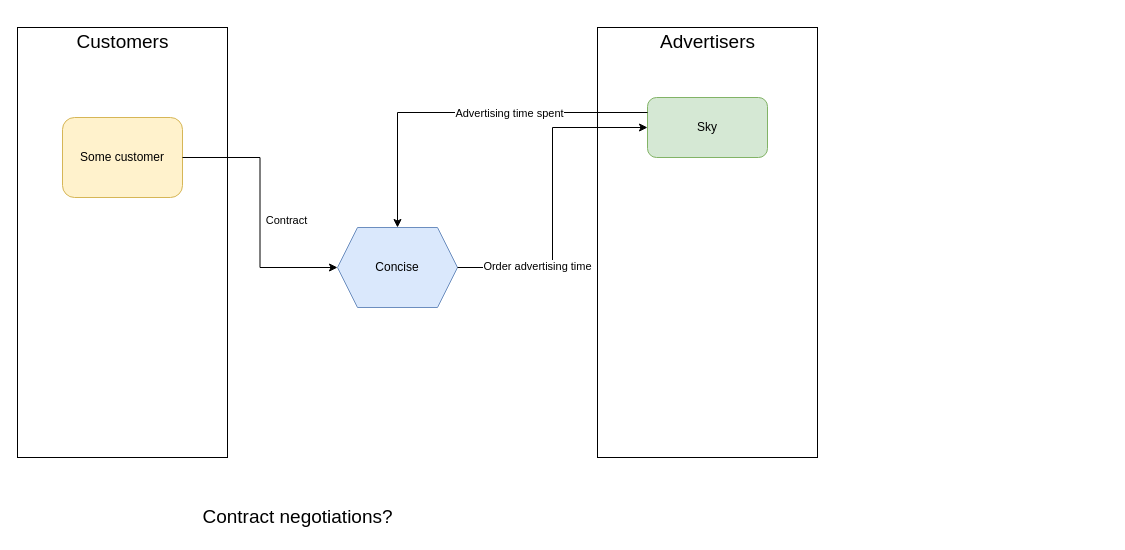
Earlier version of the draw.io diagram Untitled Diagram.drawio (anderslm/playground). Source tidied: cells renumbered, new cells numbered last; positions are measured from the earlier drawing's top-left corner, leaving out a move shared by most shapes. Both pictures are drawn from the tidied source at 100%, with x=0, y=0 at pixel (17, 27).
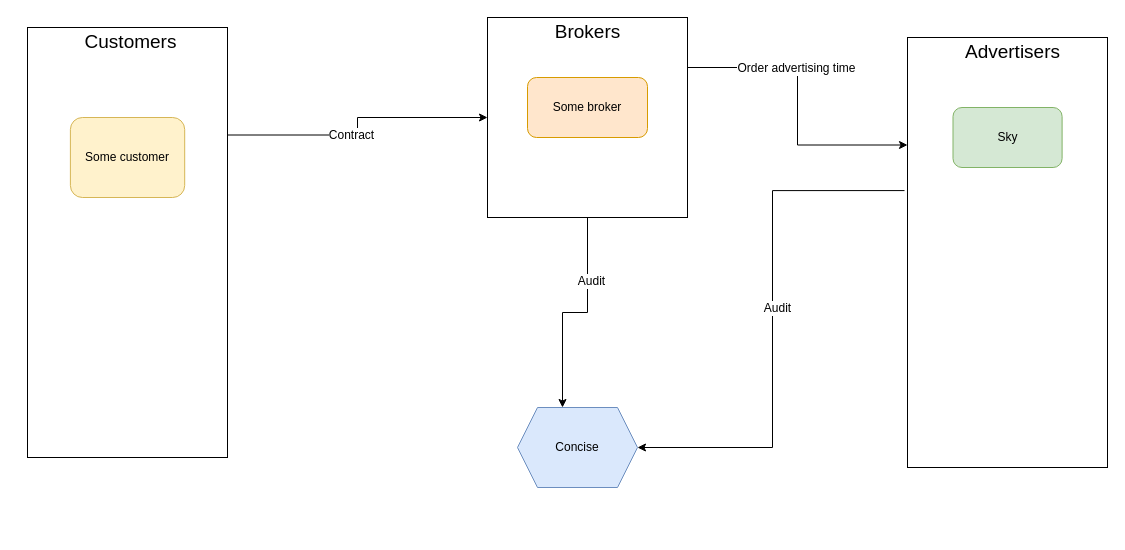
The same page after the edit.

Diff of the diagram source:
```diff
@@
     <mxCell id="2" value="&lt;div&gt;Concise&lt;/div&gt;" style="shape=hexagon;perimeter=hexagonPerimeter2;whiteSpace=wrap;html=1;fixedSize=1;fillColor=#dae8fc;strokeColor=#6c8ebf;" parent="1" vertex="1">
-      <mxGeometry x="320" y="200" width="120" height="80" as="geometry" />
+      <mxGeometry x="500" y="380" width="120" height="80" as="geometry" />
     </mxCell>
     <mxCell id="3" style="group;" parent="1" vertex="1">
-      <mxGeometry width="210" height="430" as="geometry" />
+      <mxGeometry x="10" width="200" height="430" as="geometry" />
     </mxCell>
     <mxCell id="4" style="group;" parent="3" vertex="1">
-      <mxGeometry width="210" height="430" as="geometry" />
+      <mxGeometry width="200" height="430" as="geometry" />
     </mxCell>
     <mxCell id="5" style="rounded=0;whiteSpace=wrap;html=1;" parent="4" vertex="1">
-      <mxGeometry width="210" height="430" as="geometry" />
+      <mxGeometry width="200" height="430" as="geometry" />
     </mxCell>
     <mxCell id="6" value="&lt;div&gt;Some customer&lt;/div&gt;" style="rounded=1;whiteSpace=wrap;html=1;fillColor=#fff2cc;strokeColor=#d6b656;" parent="4" vertex="1">
-      <mxGeometry x="45" y="90" width="120" height="80" as="geometry" />
+      <mxGeometry x="42.9" y="90" width="114.3" height="80" as="geometry" />
     </mxCell>
     <mxCell id="7" value="&lt;div style=&quot;font-size: 19px;&quot;&gt;Customers&lt;/div&gt;" style="text;html=1;align=center;verticalAlign=middle;fontSize=19;" parent="4" vertex="1">
-      <mxGeometry x="50" width="110" height="30" as="geometry" />
+      <mxGeometry x="47.6" width="110" height="30" as="geometry" />
     </mxCell>
-    <mxCell id="8" style="edgeStyle=orthogonalEdgeStyle;rounded=0;jettySize=auto;html=1;entryX=0;entryY=0.5;entryDx=0;entryDy=0;" parent="1" edge="1" source="6" target="2">
+    <mxCell id="8" style="edgeStyle=orthogonalEdgeStyle;rounded=0;jettySize=auto;html=1;exitX=1;exitY=0.25;exitDx=0;exitDy=0;" parent="1" edge="1" source="5" target="21">
       <mxGeometry relative="1" as="geometry" />
     </mxCell>
-    <mxCell id="9" value="&lt;div&gt;Contract&lt;/div&gt;" style="edgeLabel;html=1;align=center;verticalAlign=middle;" parent="8" vertex="1">
-      <mxGeometry x="-0.46" y="-31" relative="1" as="geometry">
-        <mxPoint x="31" y="31" as="offset" />
+    <mxCell id="9" value="&lt;div&gt;Contract&lt;/div&gt;" style="edgeLabel;html=1;align=center;verticalAlign=middle;fontSize=12;" parent="8" vertex="1">
+      <mxGeometry x="-0.11" y="1" relative="1" as="geometry">
+        <mxPoint y="1" as="offset" />
       </mxGeometry>
     </mxCell>
     <mxCell id="10" style="group;" parent="1" vertex="1">
-      <mxGeometry x="580" width="220" height="430" as="geometry" />
+      <mxGeometry x="890" y="10" width="200" height="430" as="geometry" />
     </mxCell>
     <mxCell id="11" style="rounded=0;whiteSpace=wrap;html=1;fontSize=19;" parent="10" vertex="1">
-      <mxGeometry width="220" height="430" as="geometry" />
+      <mxGeometry width="200" height="430" as="geometry" />
     </mxCell>
     <mxCell id="12" value="Sky" style="rounded=1;whiteSpace=wrap;html=1;fillColor=#d5e8d4;strokeColor=#82b366;" parent="10" vertex="1">
-      <mxGeometry x="50" y="70" width="120" height="60" as="geometry" />
+      <mxGeometry x="45.5" y="70" width="109.1" height="60" as="geometry" />
     </mxCell>
     <mxCell id="13" value="&lt;div&gt;Advertisers&lt;/div&gt;" style="text;html=1;align=center;verticalAlign=middle;fontSize=19;" parent="10" vertex="1">
-      <mxGeometry x="55" width="110" height="30" as="geometry" />
+      <mxGeometry x="50" width="110" height="30" as="geometry" />
     </mxCell>
-    <mxCell id="14" style="edgeStyle=orthogonalEdgeStyle;rounded=0;jettySize=auto;html=1;entryX=0;entryY=0.5;entryDx=0;entryDy=0;" parent="1" edge="1" source="2" target="12">
+    <mxCell id="14" style="edgeStyle=orthogonalEdgeStyle;rounded=0;jettySize=auto;html=1;entryX=0;entryY=0.25;entryDx=0;entryDy=0;exitX=1;exitY=0.25;exitDx=0;exitDy=0;" parent="1" edge="1" source="21" target="11">
       <mxGeometry relative="1" as="geometry" />
     </mxCell>
-    <mxCell id="15" value="&lt;div&gt;Order advertising time&lt;/div&gt;" style="edgeLabel;html=1;align=center;verticalAlign=middle;" parent="14" vertex="1">
-      <mxGeometry x="-0.41" y="16" relative="1" as="geometry" />
+    <mxCell id="15" value="&lt;div&gt;Order advertising time&lt;/div&gt;" style="edgeLabel;html=1;align=center;verticalAlign=middle;fontSize=12;" parent="14" vertex="1">
+      <mxGeometry x="-0.26" y="-2" relative="1" as="geometry" />
     </mxCell>
-    <mxCell id="16" style="edgeStyle=orthogonalEdgeStyle;rounded=0;jettySize=auto;html=1;entryX=0.5;entryY=0;entryDx=0;entryDy=0;exitX=0;exitY=0.25;exitDx=0;exitDy=0;" parent="1" edge="1" source="12" target="2">
+    <mxCell id="16" style="edgeStyle=orthogonalEdgeStyle;rounded=0;jettySize=auto;html=1;entryX=1;entryY=0.5;entryDx=0;entryDy=0;exitX=-0.015;exitY=0.356;exitDx=0;exitDy=0;exitPerimeter=0;" parent="1" edge="1" source="11" target="2">
       <mxGeometry relative="1" as="geometry" />
     </mxCell>
-    <mxCell id="17" value="&lt;div&gt;Advertising time spent&lt;/div&gt;" style="edgeLabel;html=1;align=center;verticalAlign=middle;" parent="16" vertex="1">
-      <mxGeometry x="-0.24" relative="1" as="geometry" />
-    </mxCell>
-    <mxCell id="18" value="&lt;div&gt;Contract negotiations?&lt;/div&gt;" style="text;html=1;align=center;verticalAlign=middle;fontSize=19;" parent="1" vertex="1">
-      <mxGeometry x="175" y="475" width="210" height="30" as="geometry" />
-    </mxCell>
+    <mxCell id="19" value="Audit" style="edgeLabel;html=1;align=center;verticalAlign=middle;fontSize=12;" parent="16" vertex="1">
+      <mxGeometry x="-0.05" y="4" relative="1" as="geometry" />
+    </mxCell>
+    <mxCell id="20" style="group;" parent="1" vertex="1">
+      <mxGeometry x="470" y="-10" width="200" height="200" as="geometry" />
+    </mxCell>
+    <mxCell id="21" style="whiteSpace=wrap;html=1;" parent="20" vertex="1">
+      <mxGeometry width="200" height="200" as="geometry" />
+    </mxCell>
+    <mxCell id="22" value="&lt;div style=&quot;font-size: 19px;&quot;&gt;Brokers&lt;/div&gt;" style="text;html=1;align=center;verticalAlign=middle;fontSize=19;" parent="20" vertex="1">
+      <mxGeometry x="60" width="80" height="30" as="geometry" />
+    </mxCell>
+    <mxCell id="23" value="Some broker" style="rounded=1;whiteSpace=wrap;html=1;fontSize=12;fillColor=#ffe6cc;strokeColor=#d79b00;" parent="20" vertex="1">
+      <mxGeometry x="40" y="60" width="120" height="60" as="geometry" />
+    </mxCell>
+    <mxCell id="24" style="edgeStyle=orthogonalEdgeStyle;rounded=0;jettySize=auto;html=1;entryX=0.375;entryY=0;entryDx=0;entryDy=0;fontSize=12;" parent="1" edge="1" source="21" target="2">
+      <mxGeometry relative="1" as="geometry" />
+    </mxCell>
+    <mxCell id="25" value="Audit" style="edgeLabel;html=1;align=center;verticalAlign=middle;fontSize=12;" parent="24" vertex="1">
+      <mxGeometry x="-0.41" y="3" relative="1" as="geometry" />
+    </mxCell>
```
